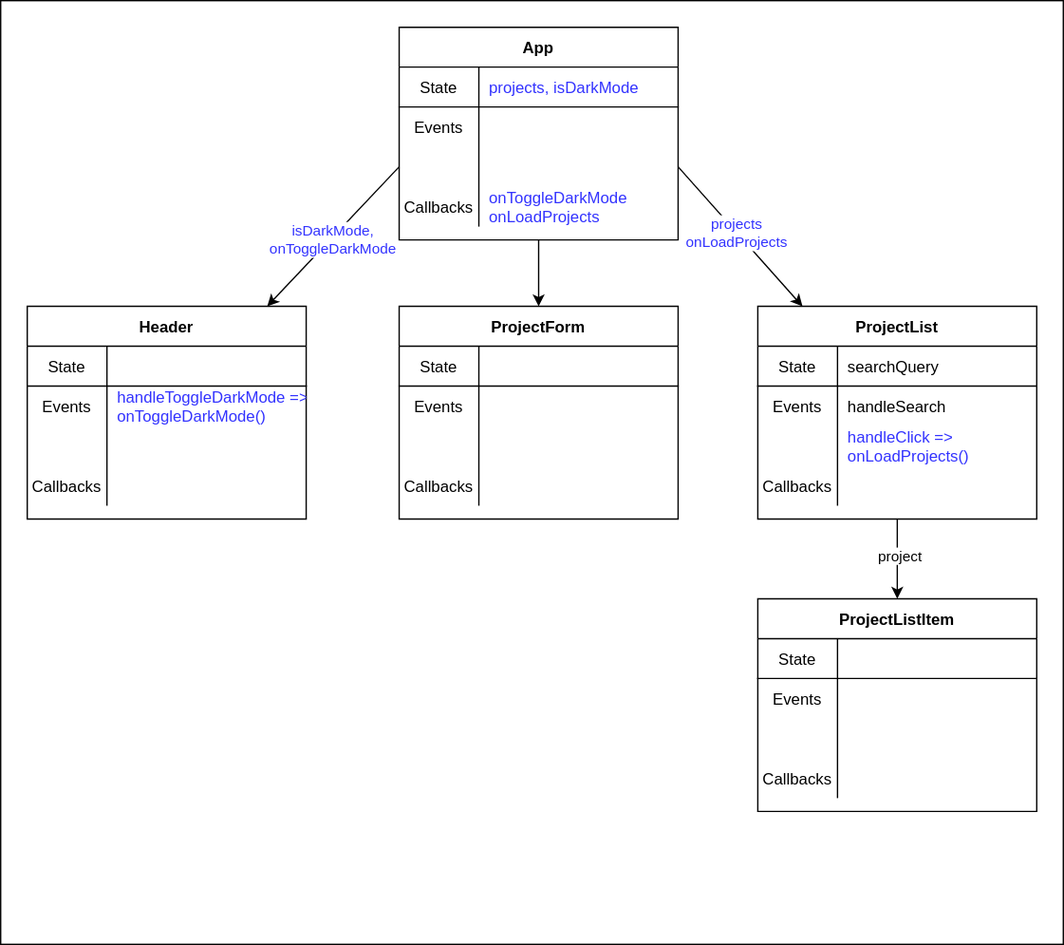
Earlier version of the draw.io export 03_information_flow/assets/component-hierarchy-with-updated-data-flow.drawio.svg (learn-co-curriculum/SENG-LIVE-Phase-2-ProjectShowcase). Source tidied: cells renumbered, new cells last; positions are measured from the earlier drawing's top-left corner, leaving out a move shared by most shapes.
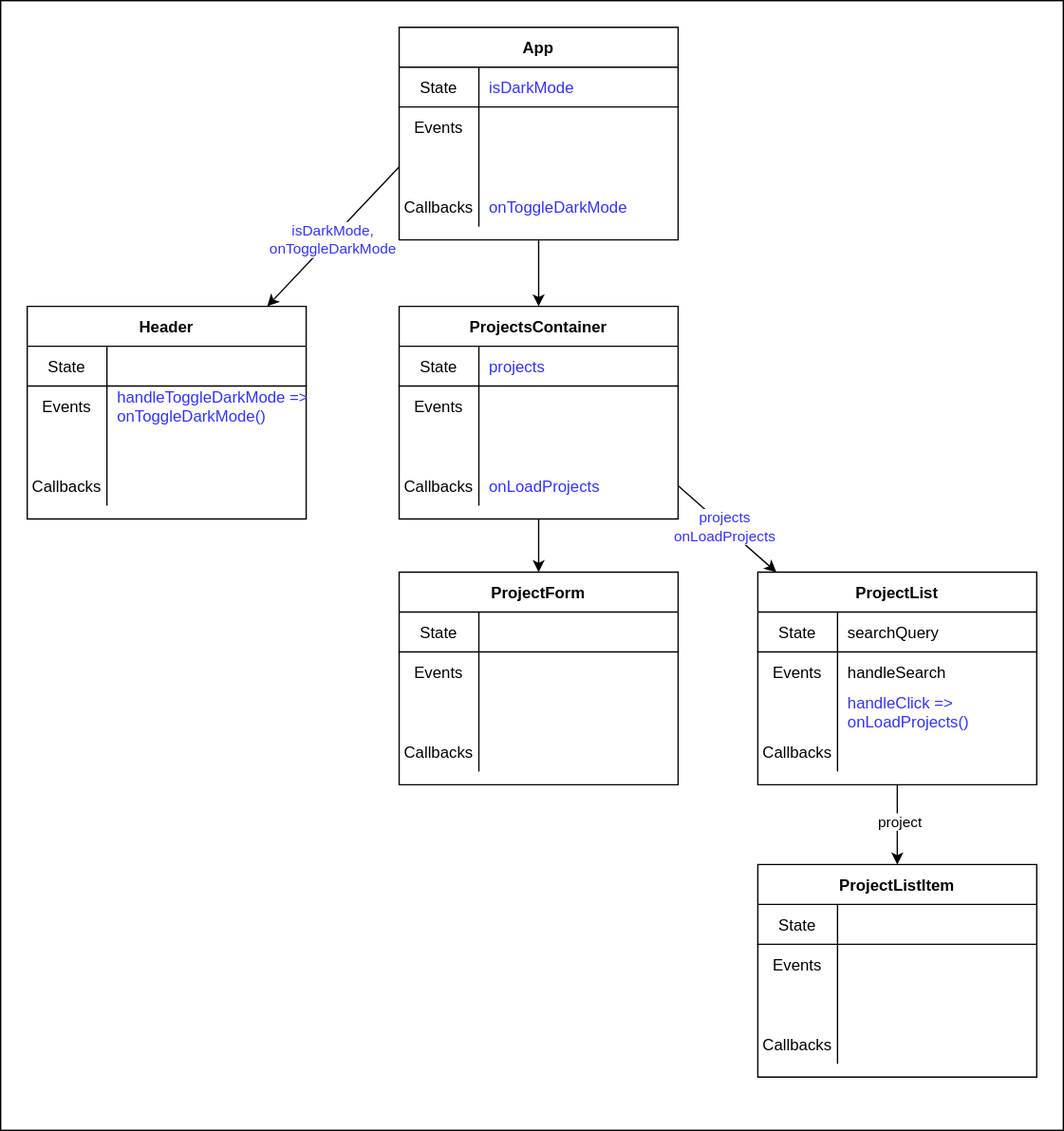
Later version of the same file.

Commit message:
update lesson 3 diagrams and slides

The edit, as a diff of the source:
```diff
@@ -3,7 +3,7 @@
     <mxCell id="0" />
     <mxCell id="1" parent="0" />
     <mxCell id="2" style="rounded=0;whiteSpace=wrap;html=1;" parent="1" vertex="1">
-      <mxGeometry width="800" height="710" as="geometry" />
+      <mxGeometry width="800" height="850" as="geometry" />
     </mxCell>
     <mxCell id="3" style="edgeStyle=none;html=1;exitX=0;exitY=0.5;exitDx=0;exitDy=0;" parent="1" edge="1" source="15" target="21">
       <mxGeometry relative="1" as="geometry" />
@@ -11,15 +11,20 @@
     <mxCell id="4" value="&lt;font color=&quot;#3333ff&quot;&gt;isDarkMode,&lt;br&gt;onToggleDarkMode&lt;/font&gt;" style="edgeLabel;html=1;align=center;verticalAlign=middle;" parent="3" vertex="1">
       <mxGeometry x="0.03" y="1" relative="1" as="geometry" />
     </mxCell>
-    <mxCell id="5" style="edgeStyle=none;html=1;" parent="1" edge="1" source="8" target="34">
-      <mxGeometry relative="1" as="geometry" />
+    <mxCell id="5" style="edgeStyle=none;html=1;" parent="1" edge="1" target="34">
+      <mxGeometry relative="1" as="geometry">
+        <mxPoint x="405" y="390" as="sourcePoint" />
+      </mxGeometry>
     </mxCell>
-    <mxCell id="6" style="edgeStyle=none;html=1;exitX=1;exitY=0.5;exitDx=0;exitDy=0;" parent="1" edge="1" source="15" target="49">
+    <mxCell id="6" style="edgeStyle=none;html=1;exitX=1;exitY=0.5;exitDx=0;exitDy=0;" parent="1" edge="1" source="86" target="49">
       <mxGeometry relative="1" as="geometry" />
     </mxCell>
     <mxCell id="7" value="&lt;font color=&quot;#3333ff&quot;&gt;projects&lt;br&gt;onLoadProjects&lt;/font&gt;" style="edgeLabel;html=1;align=center;verticalAlign=middle;" parent="6" vertex="1">
       <mxGeometry x="-0.06" relative="1" as="geometry" />
     </mxCell>
+    <mxCell id="75" style="edgeStyle=none;html=1;entryX=0.5;entryY=0;entryDx=0;entryDy=0;" parent="1" edge="1" source="8" target="76">
+      <mxGeometry relative="1" as="geometry" />
+    </mxCell>
     <mxCell id="8" value="App" style="shape=table;startSize=30;rowLines=0;fontStyle=1;align=center;" parent="1" vertex="1">
       <mxGeometry x="300" y="20" width="210" height="160" as="geometry" />
     </mxCell>
@@ -29,7 +34,7 @@
     <mxCell id="10" value="State" style="shape=partialRectangle;fillColor=none;top=0;left=0;bottom=0;right=0;fontStyle=0;overflow=hidden;" parent="9" vertex="1">
       <mxGeometry width="60" height="30" as="geometry" />
     </mxCell>
-    <mxCell id="11" value="projects, isDarkMode" style="shape=partialRectangle;fillColor=none;top=0;left=0;bottom=0;right=0;align=left;spacingLeft=6;fontStyle=0;overflow=hidden;fontColor=#3333FF;" parent="9" vertex="1">
+    <mxCell id="11" value="isDarkMode" style="shape=partialRectangle;fillColor=none;top=0;left=0;bottom=0;right=0;align=left;spacingLeft=6;fontStyle=0;overflow=hidden;fontColor=#3333FF;" parent="9" vertex="1">
       <mxGeometry x="60" width="150" height="30" as="geometry" />
     </mxCell>
     <mxCell id="12" style="shape=partialRectangle;fillColor=none;top=0;left=0;bottom=0;right=0;" parent="8" vertex="1">
@@ -56,7 +61,7 @@
     <mxCell id="19" value="Callbacks" style="shape=partialRectangle;fillColor=none;top=0;left=0;bottom=0;right=0;overflow=hidden;" parent="18" vertex="1">
       <mxGeometry width="60" height="30" as="geometry" />
     </mxCell>
-    <mxCell id="20" value="onToggleDarkMode&#10;onLoadProjects" style="shape=partialRectangle;fillColor=none;top=0;left=0;bottom=0;right=0;align=left;spacingLeft=6;overflow=hidden;strokeColor=#3333FF;fontColor=#3333FF;" parent="18" vertex="1">
+    <mxCell id="20" value="onToggleDarkMode" style="shape=partialRectangle;fillColor=none;top=0;left=0;bottom=0;right=0;align=left;spacingLeft=6;overflow=hidden;strokeColor=#3333FF;fontColor=#3333FF;" parent="18" vertex="1">
       <mxGeometry x="60" width="150" height="30" as="geometry" />
     </mxCell>
     <mxCell id="21" value="Header" style="shape=table;startSize=30;rowLines=0;fontStyle=1;align=center;" parent="1" vertex="1">
@@ -99,7 +104,7 @@
       <mxGeometry x="60" width="150" height="30" as="geometry" />
     </mxCell>
     <mxCell id="34" value="ProjectForm" style="shape=table;startSize=30;rowLines=0;fontStyle=1;align=center;" parent="1" vertex="1">
-      <mxGeometry x="300" y="230" width="210" height="160" as="geometry" />
+      <mxGeometry x="300" y="430" width="210" height="160" as="geometry" />
     </mxCell>
     <mxCell id="35" style="shape=partialRectangle;fillColor=none;top=0;left=0;bottom=1;right=0;" parent="34" vertex="1">
       <mxGeometry y="30" width="210" height="30" as="geometry" />
@@ -144,7 +149,7 @@
       <mxGeometry x="-0.12" y="1" relative="1" as="geometry" />
     </mxCell>
     <mxCell id="49" value="ProjectList" style="shape=table;startSize=30;rowLines=0;fontStyle=1;align=center;" parent="1" vertex="1">
-      <mxGeometry x="570" y="230" width="210" height="160" as="geometry" />
+      <mxGeometry x="570" y="430" width="210" height="160" as="geometry" />
     </mxCell>
     <mxCell id="50" style="shape=partialRectangle;fillColor=none;top=0;left=0;bottom=1;right=0;" parent="49" vertex="1">
       <mxGeometry y="30" width="210" height="30" as="geometry" />
@@ -183,7 +188,7 @@
       <mxGeometry x="60" width="150" height="30" as="geometry" />
     </mxCell>
     <mxCell id="62" value="ProjectListItem" style="shape=table;startSize=30;rowLines=0;fontStyle=1;align=center;" parent="1" vertex="1">
-      <mxGeometry x="570" y="450" width="210" height="160" as="geometry" />
+      <mxGeometry x="570" y="650" width="210" height="160" as="geometry" />
     </mxCell>
     <mxCell id="63" style="shape=partialRectangle;fillColor=none;top=0;left=0;bottom=1;right=0;" parent="62" vertex="1">
       <mxGeometry y="30" width="210" height="30" as="geometry" />
@@ -221,5 +226,44 @@
     <mxCell id="74" style="shape=partialRectangle;fillColor=none;top=0;left=0;bottom=0;right=0;align=left;spacingLeft=6;overflow=hidden;" parent="72" vertex="1">
       <mxGeometry x="60" width="150" height="30" as="geometry" />
     </mxCell>
+    <mxCell id="76" value="ProjectsContainer" style="shape=table;startSize=30;rowLines=0;fontStyle=1;align=center;" parent="1" vertex="1">
+      <mxGeometry x="300" y="230" width="210" height="160" as="geometry" />
+    </mxCell>
+    <mxCell id="77" style="shape=partialRectangle;fillColor=none;top=0;left=0;bottom=1;right=0;" parent="76" vertex="1">
+      <mxGeometry y="30" width="210" height="30" as="geometry" />
+    </mxCell>
+    <mxCell id="78" value="State" style="shape=partialRectangle;fillColor=none;top=0;left=0;bottom=0;right=0;fontStyle=0;overflow=hidden;" parent="77" vertex="1">
+      <mxGeometry width="60" height="30" as="geometry" />
+    </mxCell>
+    <mxCell id="79" value="projects" style="shape=partialRectangle;fillColor=none;top=0;left=0;bottom=0;right=0;align=left;spacingLeft=6;fontStyle=0;overflow=hidden;fontColor=#3333FF;" parent="77" vertex="1">
+      <mxGeometry x="60" width="150" height="30" as="geometry" />
+    </mxCell>
+    <mxCell id="80" style="shape=partialRectangle;fillColor=none;top=0;left=0;bottom=0;right=0;" parent="76" vertex="1">
+      <mxGeometry y="60" width="210" height="30" as="geometry" />
+    </mxCell>
+    <mxCell id="81" value="Events" style="shape=partialRectangle;fillColor=none;top=0;left=0;bottom=0;right=0;overflow=hidden;" parent="80" vertex="1">
+      <mxGeometry width="60" height="30" as="geometry" />
+    </mxCell>
+    <mxCell id="82" style="shape=partialRectangle;fillColor=none;top=0;left=0;bottom=0;right=0;align=left;spacingLeft=6;overflow=hidden;" parent="80" vertex="1">
+      <mxGeometry x="60" width="150" height="30" as="geometry" />
+    </mxCell>
+    <mxCell id="83" style="shape=partialRectangle;fillColor=none;top=0;left=0;bottom=0;right=0;" parent="76" vertex="1">
+      <mxGeometry y="90" width="210" height="30" as="geometry" />
+    </mxCell>
+    <mxCell id="84" style="shape=partialRectangle;fillColor=none;top=0;left=0;bottom=0;right=0;overflow=hidden;" parent="83" vertex="1">
+      <mxGeometry width="60" height="30" as="geometry" />
+    </mxCell>
+    <mxCell id="85" style="shape=partialRectangle;fillColor=none;top=0;left=0;bottom=0;right=0;align=left;spacingLeft=6;overflow=hidden;" parent="83" vertex="1">
+      <mxGeometry x="60" width="150" height="30" as="geometry" />
+    </mxCell>
+    <mxCell id="86" style="shape=partialRectangle;fillColor=none;top=0;left=0;bottom=0;right=0;points=[[0,0.5],[1,0.5]];portConstraint=eastwest;" parent="76" vertex="1">
+      <mxGeometry y="120" width="210" height="30" as="geometry" />
+    </mxCell>
+    <mxCell id="87" value="Callbacks" style="shape=partialRectangle;fillColor=none;top=0;left=0;bottom=0;right=0;overflow=hidden;" parent="86" vertex="1">
+      <mxGeometry width="60" height="30" as="geometry" />
+    </mxCell>
+    <mxCell id="88" value="onLoadProjects" style="shape=partialRectangle;fillColor=none;top=0;left=0;bottom=0;right=0;align=left;spacingLeft=6;overflow=hidden;strokeColor=#3333FF;fontColor=#3333FF;" parent="86" vertex="1">
+      <mxGeometry x="60" width="150" height="30" as="geometry" />
+    </mxCell>
   </root>
 </mxGraphModel>
```
